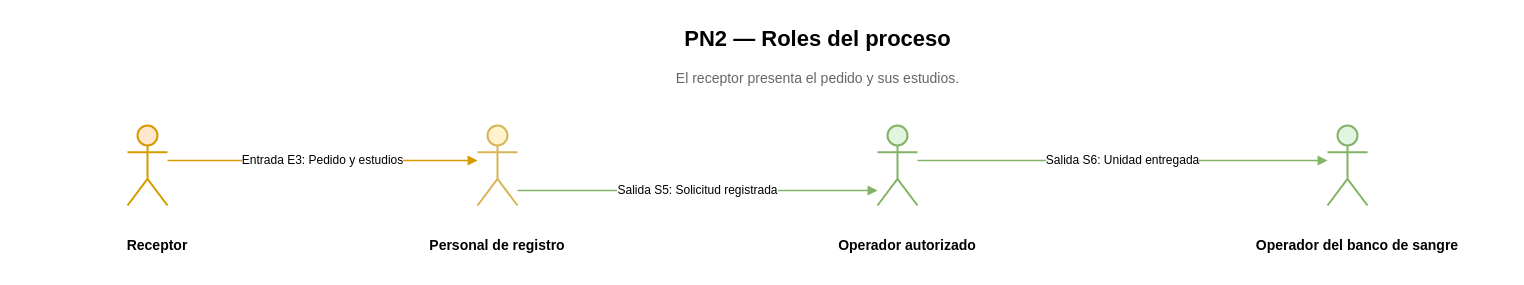
Above: Diagramas/Secuencia de Roles/PN2_DiagramaRoles.drawio in juanNH/Ingenieria-de-Software (draw.io), before the change. Source tidied: cells renumbered, new cells numbered last; positions are measured from the earlier drawing's top-left corner, leaving out a move shared by most shapes. Both pictures are drawn from the tidied source at 100%, with x=0, y=0 at pixel (17, 17).
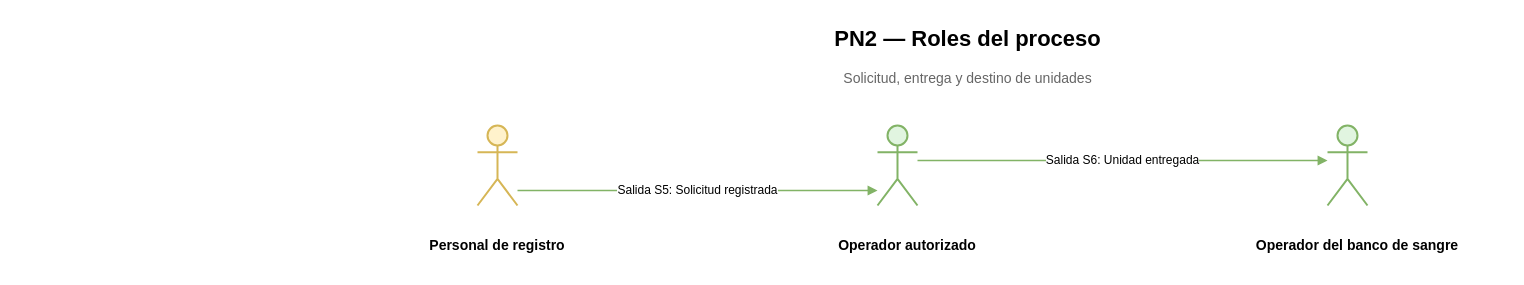
The same diagram, later.

The edit, as a diff of the source:
```diff
@@
 <mxGraphModel>
   <root>
     <mxCell id="0" />
     <mxCell id="1" parent="0" />
     <mxCell id="2" value="PN2 — Roles del proceso" style="text;html=1;strokeColor=none;fillColor=none;fontStyle=1;fontSize=22;align=center;verticalAlign=middle;fontFamily=Arial;" parent="1" vertex="1">
-      <mxGeometry x="120" width="1360" height="44" as="geometry" />
+      <mxGeometry x="420" width="1060" height="44" as="geometry" />
     </mxCell>
-    <mxCell id="3" value="El receptor presenta el pedido y sus estudios." style="text;html=1;strokeColor=none;fillColor=none;fontSize=14;align=center;verticalAlign=middle;fontColor=#666666;fontFamily=Arial;" parent="1" vertex="1">
-      <mxGeometry x="180" y="46" width="1240" height="30" as="geometry" />
+    <mxCell id="3" value="Solicitud, entrega y destino de unidades" style="text;html=1;strokeColor=none;fillColor=none;fontSize=14;align=center;verticalAlign=middle;fontColor=#666666;fontFamily=Arial;" parent="1" vertex="1">
+      <mxGeometry x="480" y="46" width="940" height="30" as="geometry" />
     </mxCell>
-    <mxCell id="4" style="shape=umlActor;html=1;fillColor=#ffe6cc;strokeColor=#d79b00;strokeWidth=2;" parent="1" vertex="1">
-      <mxGeometry x="110" y="108" width="40" height="80" as="geometry" />
-    </mxCell>
     <mxCell id="5" style="shape=umlActor;html=1;fillColor=#fff2cc;strokeColor=#d6b656;strokeWidth=2;" parent="1" vertex="1">
       <mxGeometry x="460" y="108" width="40" height="80" as="geometry" />
     </mxCell>
     <mxCell id="6" style="shape=umlActor;html=1;fillColor=#e1f5e0;strokeColor=#82b366;strokeWidth=2;" parent="1" vertex="1">
       <mxGeometry x="860" y="108" width="40" height="80" as="geometry" />
     </mxCell>
-    <mxCell id="7" value="&lt;b&gt;Receptor&lt;/b&gt;" style="text;html=1;strokeColor=none;fillColor=none;fontSize=14;fontFamily=Arial;align=center;verticalAlign=top;whiteSpace=wrap;" parent="1" vertex="1">
-      <mxGeometry y="213" width="280" height="38" as="geometry" />
-    </mxCell>
     <mxCell id="8" value="&lt;b&gt;Personal de registro&lt;/b&gt;" style="text;html=1;strokeColor=none;fillColor=none;fontSize=14;fontFamily=Arial;align=center;verticalAlign=top;whiteSpace=wrap;" parent="1" vertex="1">
       <mxGeometry x="340" y="213" width="280" height="38" as="geometry" />
     </mxCell>
     <mxCell id="9" value="&lt;b&gt;Operador autorizado&lt;/b&gt;" style="text;html=1;strokeColor=none;fillColor=none;fontSize=14;fontFamily=Arial;align=center;verticalAlign=top;whiteSpace=wrap;" parent="1" vertex="1">
       <mxGeometry x="740" y="213" width="300" height="38" as="geometry" />
     </mxCell>
     <mxCell id="10" style="shape=umlActor;html=1;fillColor=#e1f5e0;strokeColor=#82b366;strokeWidth=2;" parent="1" vertex="1">
       <mxGeometry x="1310" y="108" width="40" height="80" as="geometry" />
     </mxCell>
     <mxCell id="11" value="&lt;b&gt;Operador del banco de sangre&lt;/b&gt;" style="text;html=1;strokeColor=none;fillColor=none;fontSize=14;fontFamily=Arial;align=center;verticalAlign=top;whiteSpace=wrap;" parent="1" vertex="1">
       <mxGeometry x="1190" y="213" width="300" height="38" as="geometry" />
     </mxCell>
-    <mxCell id="12" value="Entrada E3: Pedido y estudios" style="edgeStyle=orthogonalEdgeStyle;rounded=0;html=1;endArrow=block;endFill=1;strokeColor=#d79b00;strokeWidth=1.5;fontSize=12;fontFamily=Arial;labelBackgroundColor=#ffffff;" parent="1" edge="1">
-      <mxGeometry relative="1" as="geometry">
-        <mxPoint x="150" y="143" as="sourcePoint" />
-        <mxPoint x="460" y="143" as="targetPoint" />
-      </mxGeometry>
-    </mxCell>
     <mxCell id="13" value="Salida S5: Solicitud registrada" style="edgeStyle=orthogonalEdgeStyle;rounded=0;html=1;endArrow=block;endFill=1;strokeColor=#82b366;strokeWidth=1.5;fontSize=12;fontFamily=Arial;labelBackgroundColor=#ffffff;" parent="1" edge="1">
       <mxGeometry relative="1" as="geometry">
         <mxPoint x="500" y="173" as="sourcePoint" />
         <mxPoint x="860" y="173" as="targetPoint" />
       </mxGeometry>
     </mxCell>
     <mxCell id="14" value="Salida S6: Unidad entregada" style="edgeStyle=orthogonalEdgeStyle;rounded=0;html=1;endArrow=block;endFill=1;strokeColor=#82b366;strokeWidth=1.5;fontSize=12;fontFamily=Arial;labelBackgroundColor=#ffffff;" parent="1" edge="1">
       <mxGeometry relative="1" as="geometry">
         <mxPoint x="900" y="143" as="sourcePoint" />
         <mxPoint x="1310" y="143" as="targetPoint" />
       </mxGeometry>
     </mxCell>
   </root>
 </mxGraphModel>
```
